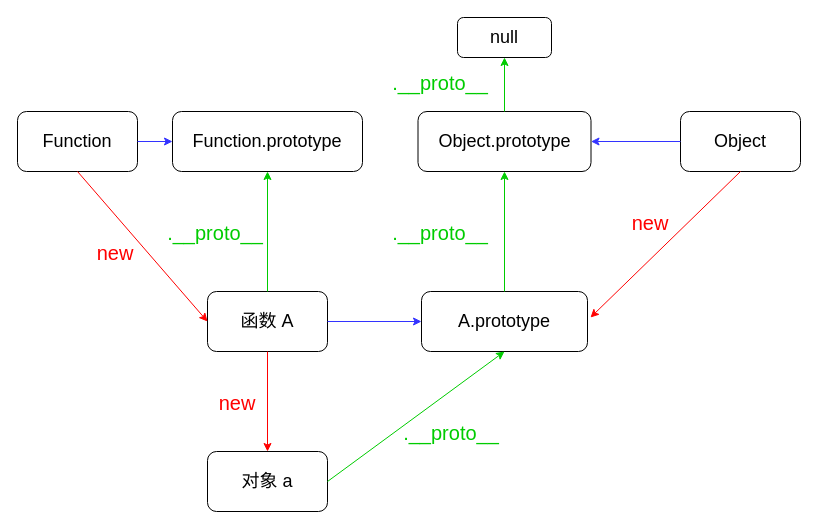
Above: 5JavaScript&TypeScript/原型链.drawio in whir123/study001_FrontEnd (draw.io), before the change. Source tidied: cells renumbered, new cells numbered last; positions are measured from the earlier drawing's top-left corner, leaving out a move shared by most shapes. Both pictures are drawn from the tidied source at 100%, with x=0, y=0 at pixel (17, 17).
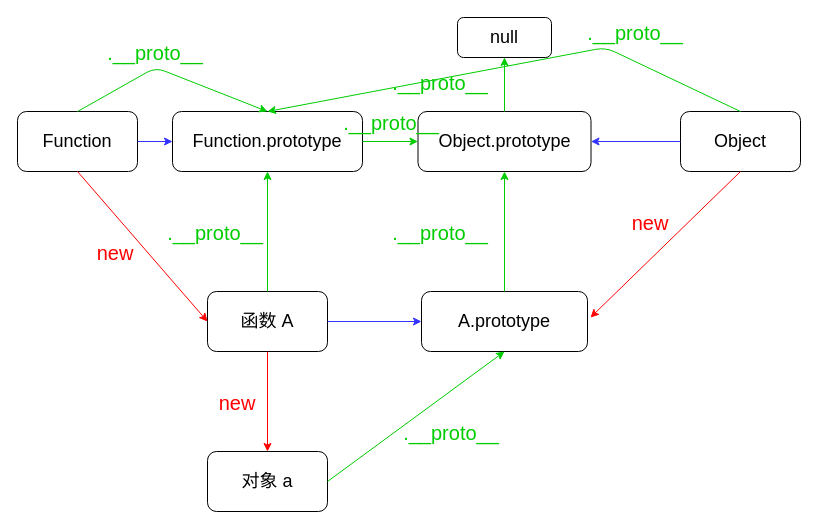
Above is the later version.

The change refers to these unchanged cells:
```xml
<mxCell id="8" value="&lt;font style=&quot;font-size: 18px;&quot;&gt;Object.prototype&lt;/font&gt;" style="rounded=1;whiteSpace=wrap;html=1;" parent="1" vertex="1">
  <mxGeometry x="400.5" y="94" width="173" height="60" as="geometry" />
</mxCell>
<mxCell id="10" value="&lt;font style=&quot;font-size: 18px;&quot;&gt;Object&lt;/font&gt;" style="rounded=1;whiteSpace=wrap;html=1;strokeColor=default;align=center;verticalAlign=middle;fontFamily=Helvetica;fontSize=12;fontColor=default;fillColor=default;" parent="1" vertex="1">
  <mxGeometry x="663" y="94" width="120" height="60" as="geometry" />
</mxCell>
<mxCell id="20" value="&lt;font style=&quot;font-size: 18px;&quot;&gt;Function&lt;/font&gt;" style="rounded=1;whiteSpace=wrap;html=1;strokeColor=default;align=center;verticalAlign=middle;fontFamily=Helvetica;fontSize=12;fontColor=default;fillColor=default;" parent="1" vertex="1">
  <mxGeometry y="94" width="120" height="60" as="geometry" />
</mxCell>
<mxCell id="21" value="&lt;font style=&quot;font-size: 18px;&quot;&gt;Function.prototype&lt;/font&gt;" style="rounded=1;whiteSpace=wrap;html=1;strokeColor=default;align=center;verticalAlign=middle;fontFamily=Helvetica;fontSize=12;fontColor=default;fillColor=default;" parent="1" vertex="1">
  <mxGeometry x="155" y="94" width="190" height="60" as="geometry" />
</mxCell>
```

Diff of the diagram source:
```diff
@@
+    <mxCell id="27" style="endArrow=classic;html=1;fillColor=#f8cecc;strokeColor=#00CC00;entryX=0.5;entryY=0;entryDx=0;entryDy=0;fontSize=20;exitX=0.5;exitY=0;exitDx=0;exitDy=0;" parent="1" edge="1" source="20" target="21">
+      <mxGeometry relative="1" as="geometry">
+        <Array as="points">
+          <mxPoint x="138" y="50" />
+        </Array>
+      </mxGeometry>
+    </mxCell>
+    <mxCell id="28" value="&lt;font style=&quot;color: rgb(0, 204, 0);&quot;&gt;.__proto__&lt;/font&gt;" style="text;html=1;align=center;verticalAlign=middle;whiteSpace=wrap;rounded=0;fontColor=#00CC00;fontSize=20;" parent="1" vertex="1">
+      <mxGeometry x="108" y="20" width="60" height="30" as="geometry" />
+    </mxCell>
+    <mxCell id="29" style="endArrow=classic;html=1;fillColor=#f8cecc;strokeColor=#00CC00;entryX=0.5;entryY=0;entryDx=0;entryDy=0;fontSize=20;exitX=0.5;exitY=0;exitDx=0;exitDy=0;" parent="1" edge="1" source="10" target="21">
+      <mxGeometry relative="1" as="geometry">
+        <Array as="points">
+          <mxPoint x="588" y="30" />
+        </Array>
+      </mxGeometry>
+    </mxCell>
+    <mxCell id="30" value="&lt;font style=&quot;color: rgb(0, 204, 0);&quot;&gt;.__proto__&lt;/font&gt;" style="text;html=1;align=center;verticalAlign=middle;whiteSpace=wrap;rounded=0;fontColor=#00CC00;fontSize=20;" parent="1" vertex="1">
+      <mxGeometry x="588" width="60" height="30" as="geometry" />
+    </mxCell>
+    <mxCell id="31" style="endArrow=classic;html=1;fillColor=#f8cecc;strokeColor=#00CC00;entryX=0;entryY=0.5;entryDx=0;entryDy=0;fontSize=20;exitX=1;exitY=0.5;exitDx=0;exitDy=0;" parent="1" edge="1" source="21" target="8">
+      <mxGeometry relative="1" as="geometry" />
+    </mxCell>
+    <mxCell id="32" value="&lt;font style=&quot;color: rgb(0, 204, 0);&quot;&gt;.__proto__&lt;/font&gt;" style="text;html=1;align=center;verticalAlign=middle;whiteSpace=wrap;rounded=0;fontColor=#00CC00;fontSize=20;" parent="1" vertex="1">
+      <mxGeometry x="344" y="90" width="60" height="30" as="geometry" />
+    </mxCell>
```
